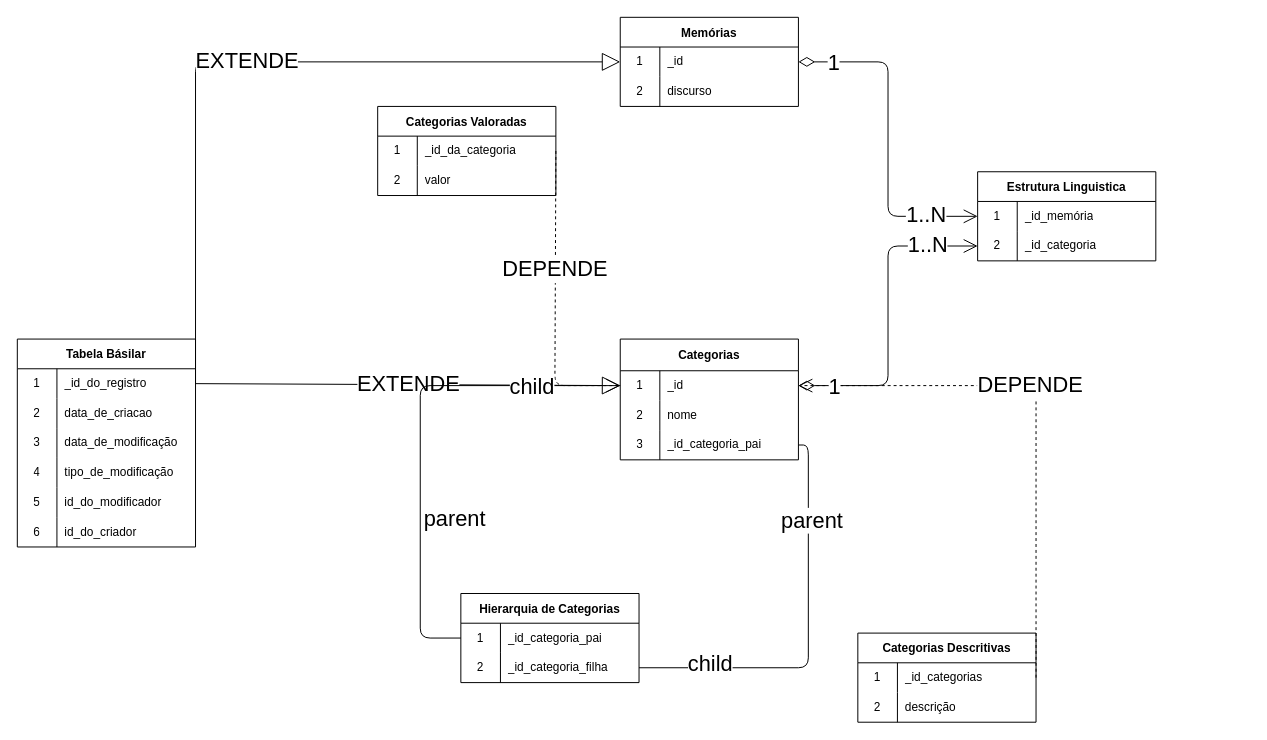
Before: docs/diagrama_de_dados_aurora.drawio in marvinho-tn/aurora, a draw.io diagram. Source tidied: cells renumbered, new cells numbered last; positions are measured from the earlier drawing's top-left corner, leaving out a move shared by most shapes. Both pictures are drawn from the tidied source at 99%, with x=0, y=0 at pixel (17, 17).
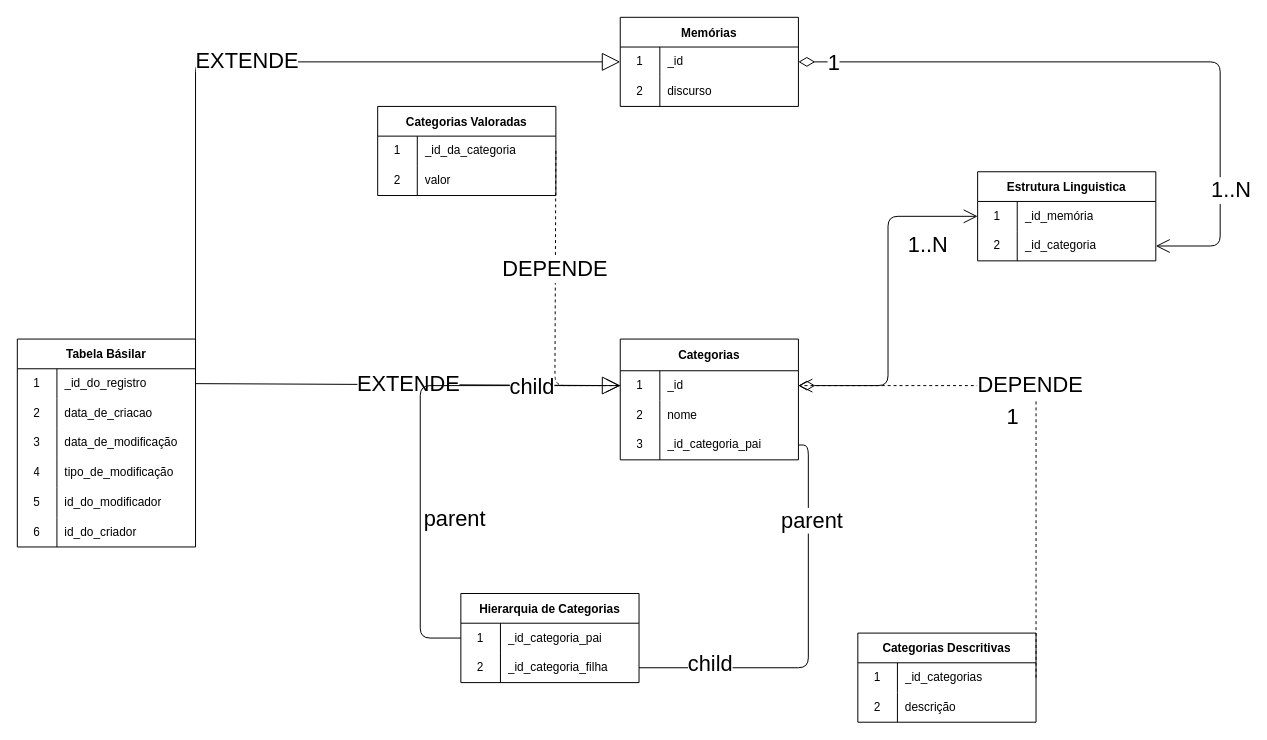
After the change.

Unchanged cells that the change refers to:
```xml
<mxCell id="3" style="shape=tableRow;horizontal=0;startSize=0;swimlaneHead=0;swimlaneBody=0;top=0;left=0;bottom=0;right=0;fillColor=none;points=[[0,0.5],[1,0.5]];portConstraint=eastwest;" parent="2" vertex="1">
  <mxGeometry y="30" width="180" height="30" as="geometry" />
</mxCell>
<mxCell id="17" style="shape=tableRow;horizontal=0;startSize=0;swimlaneHead=0;swimlaneBody=0;top=0;left=0;bottom=0;right=0;fillColor=none;points=[[0,0.5],[1,0.5]];portConstraint=eastwest;" parent="16" vertex="1">
  <mxGeometry y="32" width="180" height="30" as="geometry" />
</mxCell>
<mxCell id="36" style="shape=tableRow;horizontal=0;startSize=0;swimlaneHead=0;swimlaneBody=0;top=0;left=0;bottom=0;right=0;fillColor=none;points=[[0,0.5],[1,0.5]];portConstraint=eastwest;" parent="35" vertex="1">
  <mxGeometry y="30" width="180" height="30" as="geometry" />
</mxCell>
<mxCell id="39" style="shape=tableRow;horizontal=0;startSize=0;swimlaneHead=0;swimlaneBody=0;top=0;left=0;bottom=0;right=0;fillColor=none;points=[[0,0.5],[1,0.5]];portConstraint=eastwest;" parent="35" vertex="1">
  <mxGeometry y="60" width="180" height="30" as="geometry" />
</mxCell>
```

Change to the diagram source:
```diff
@@
-    <mxCell id="42" style="endArrow=open;html=1;endSize=12;startArrow=diamondThin;startSize=14;startFill=0;edgeStyle=orthogonalEdgeStyle;entryX=0;entryY=0.5;entryDx=0;entryDy=0;exitX=1;exitY=0.5;exitDx=0;exitDy=0;" parent="1" edge="1" source="17" target="39">
+    <mxCell id="42" style="endArrow=open;html=1;endSize=12;startArrow=diamondThin;startSize=14;startFill=0;edgeStyle=orthogonalEdgeStyle;entryX=0;entryY=0.5;entryDx=0;entryDy=0;exitX=1;exitY=0.5;exitDx=0;exitDy=0;" parent="1" edge="1" source="17" target="36">
       <mxGeometry relative="1" as="geometry" />
     </mxCell>
@@
-    <mxCell id="44" style="endArrow=open;html=1;endSize=12;startArrow=diamondThin;startSize=14;startFill=0;edgeStyle=orthogonalEdgeStyle;entryX=0;entryY=0.5;entryDx=0;entryDy=0;exitX=1;exitY=0.5;exitDx=0;exitDy=0;" parent="1" edge="1" source="3" target="36">
-      <mxGeometry relative="1" as="geometry" />
+    <mxCell id="44" style="endArrow=open;html=1;endSize=12;startArrow=diamondThin;startSize=14;startFill=0;edgeStyle=orthogonalEdgeStyle;exitX=1;exitY=0.5;exitDx=0;exitDy=0;entryX=1;entryY=0.5;entryDx=0;entryDy=0;" parent="1" edge="1" source="3" target="39">
+      <mxGeometry relative="1" as="geometry">
+        <Array as="points">
+          <mxPoint x="1215" y="45" />
+          <mxPoint x="1215" y="231" />
+        </Array>
+      </mxGeometry>
     </mxCell>
```
